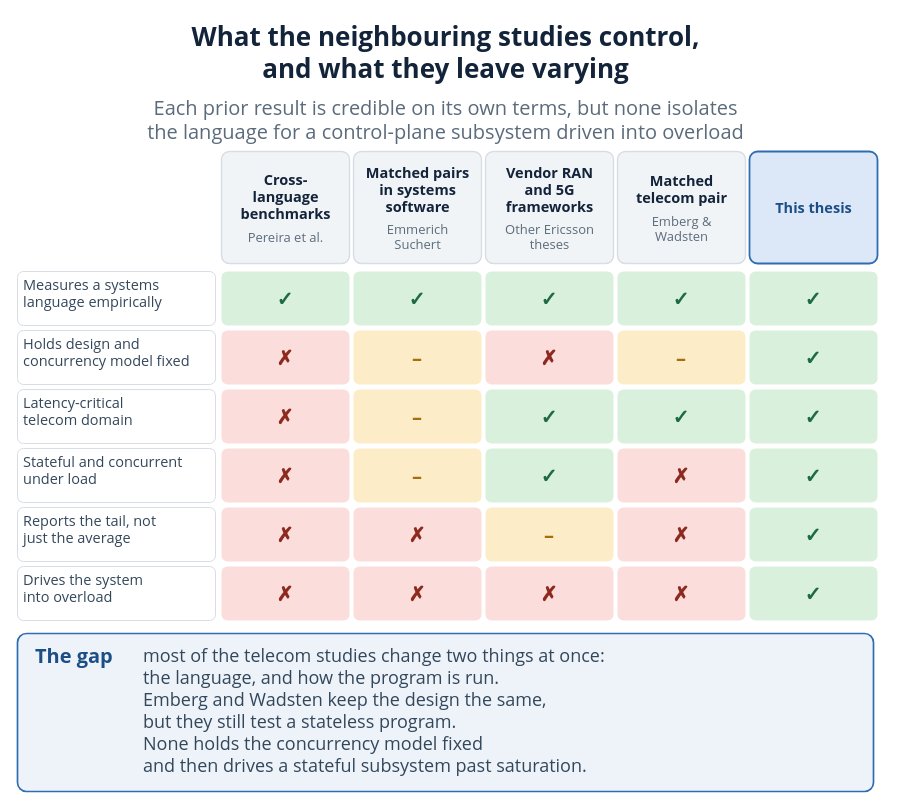
This is diagrams/29_research_gap.drawio from VienThanh12/Master-Thesis, a draw.io file, before an edit. Source tidied: cells renumbered, new cells numbered last; positions are measured from the earlier drawing's top-left corner, leaving out a move shared by most shapes. Both pictures are drawn from the tidied source at 100%, with x=0, y=0 at pixel (17, 16).
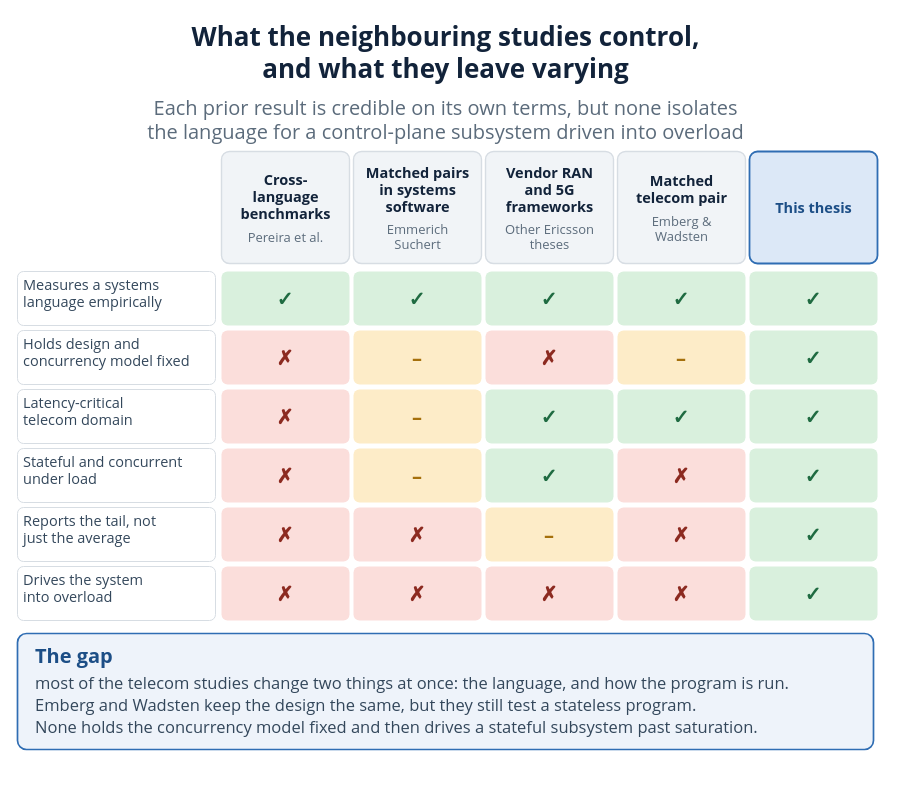
Above is the later version.

Commit message (it also covers changes not shown here):
fixed figure 2.2: The empty area on the right of that blue box

The edit, as a diff of the source:
```diff
@@
     <mxCell id="66" style="rounded=1;whiteSpace=wrap;html=1;absoluteArcSize=1;arcSize=18;fillColor=#eef3fa;strokeColor=#2f6db3;strokeWidth=1.7;" parent="1" vertex="1">
-      <mxGeometry y="617" width="856" height="158" as="geometry" />
+      <mxGeometry y="617" width="856" height="116" as="geometry" />
     </mxCell>
@@
-    <mxCell id="68" value="most of the telecom studies change two things at once:" style="text;html=1;strokeColor=none;fillColor=none;whiteSpace=nowrap;align=left;verticalAlign=middle;fontSize=18;fontColor=#33475b;fontFamily=Segoe UI;" parent="1" vertex="1">
-      <mxGeometry x="124" y="625.9" width="529.7" height="27" as="geometry" />
+    <mxCell id="68" value="most of the telecom studies change two things at once: the language, and how the program is run." style="text;html=1;strokeColor=none;fillColor=none;whiteSpace=nowrap;align=left;verticalAlign=middle;fontSize=16.5;fontColor=#33475b;fontFamily=Segoe UI;" parent="1" vertex="1">
+      <mxGeometry x="16" y="653.3" width="863.3" height="24.8" as="geometry" />
     </mxCell>
-    <mxCell id="69" value="the language, and how the program is run." style="text;html=1;strokeColor=none;fillColor=none;whiteSpace=nowrap;align=left;verticalAlign=middle;fontSize=18;fontColor=#33475b;fontFamily=Segoe UI;" parent="1" vertex="1">
-      <mxGeometry x="124" y="647.9" width="402.2" height="27" as="geometry" />
+    <mxCell id="69" value="Emberg and Wadsten keep the design the same, but they still test a stateless program." style="text;html=1;strokeColor=none;fillColor=none;whiteSpace=nowrap;align=left;verticalAlign=middle;fontSize=16.5;fontColor=#33475b;fontFamily=Segoe UI;" parent="1" vertex="1">
+      <mxGeometry x="16" y="675.3" width="764.4" height="24.8" as="geometry" />
     </mxCell>
-    <mxCell id="70" value="Emberg and Wadsten keep the design the same," style="text;html=1;strokeColor=none;fillColor=none;whiteSpace=nowrap;align=left;verticalAlign=middle;fontSize=18;fontColor=#33475b;fontFamily=Segoe UI;" parent="1" vertex="1">
-      <mxGeometry x="124" y="669.9" width="431.6" height="27" as="geometry" />
+    <mxCell id="70" value="None holds the concurrency model fixed and then drives a stateful subsystem past saturation." style="text;html=1;strokeColor=none;fillColor=none;whiteSpace=nowrap;align=left;verticalAlign=middle;fontSize=16.5;fontColor=#33475b;fontFamily=Segoe UI;" parent="1" vertex="1">
+      <mxGeometry x="16" y="697.3" width="827.3" height="24.8" as="geometry" />
     </mxCell>
-    <mxCell id="71" value="but they still test a stateless program." style="text;html=1;strokeColor=none;fillColor=none;whiteSpace=nowrap;align=left;verticalAlign=middle;fontSize=18;fontColor=#33475b;fontFamily=Segoe UI;" parent="1" vertex="1">
-      <mxGeometry x="124" y="691.9" width="392.4" height="27" as="geometry" />
-    </mxCell>
-    <mxCell id="72" value="None holds the concurrency model fixed" style="text;html=1;strokeColor=none;fillColor=none;whiteSpace=nowrap;align=left;verticalAlign=middle;fontSize=18;fontColor=#33475b;fontFamily=Segoe UI;" parent="1" vertex="1">
-      <mxGeometry x="124" y="713.9" width="372.8" height="27" as="geometry" />
-    </mxCell>
-    <mxCell id="73" value="and then drives a stateful subsystem past saturation." style="text;html=1;strokeColor=none;fillColor=none;whiteSpace=nowrap;align=left;verticalAlign=middle;fontSize=18;fontColor=#33475b;fontFamily=Segoe UI;" parent="1" vertex="1">
-      <mxGeometry x="124" y="735.9" width="519.9" height="27" as="geometry" />
-    </mxCell>
```
